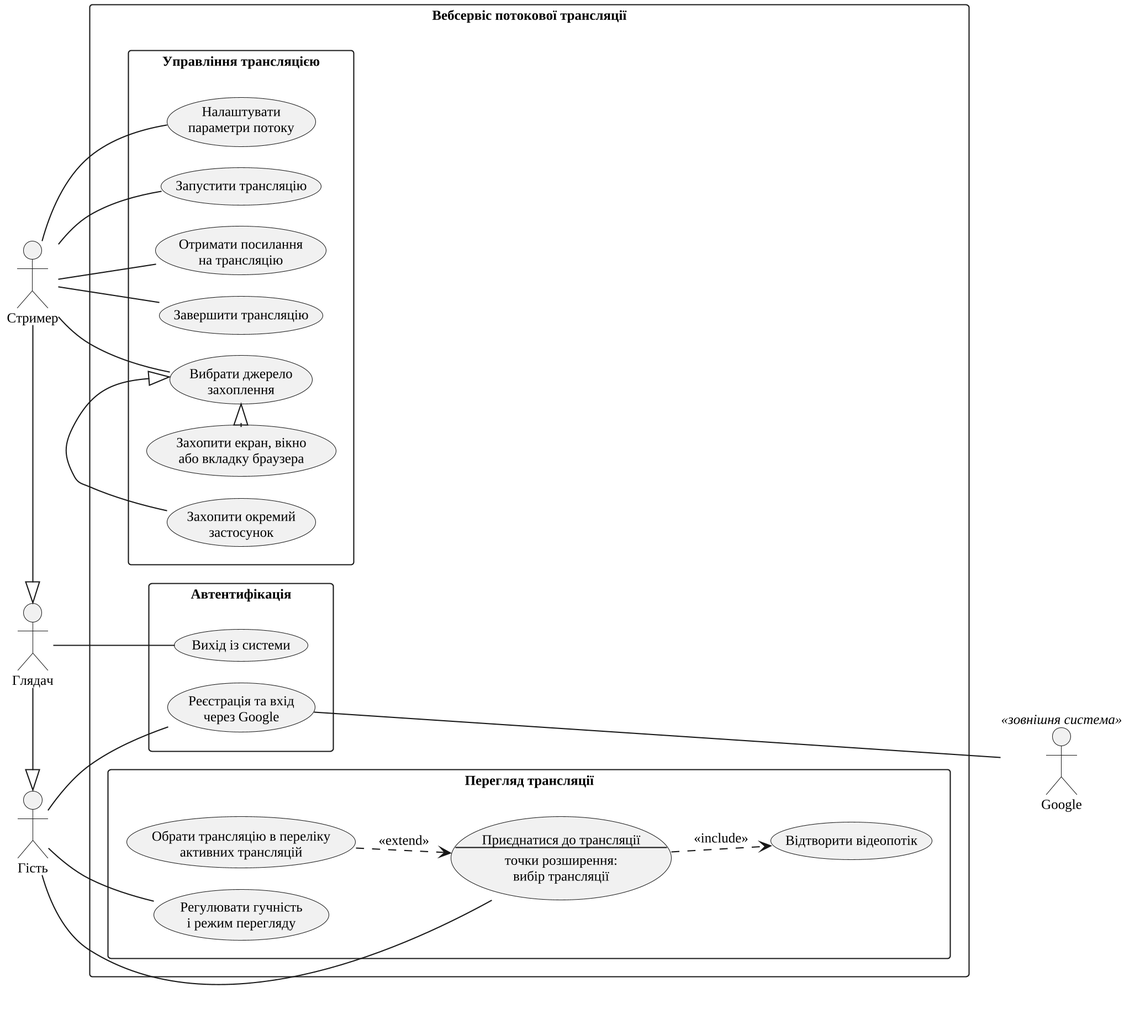
This is thesis/diagrams/fig-use-cases.png from Nikitos1926/stream-share, a PlantUML export, as it was before one commit.
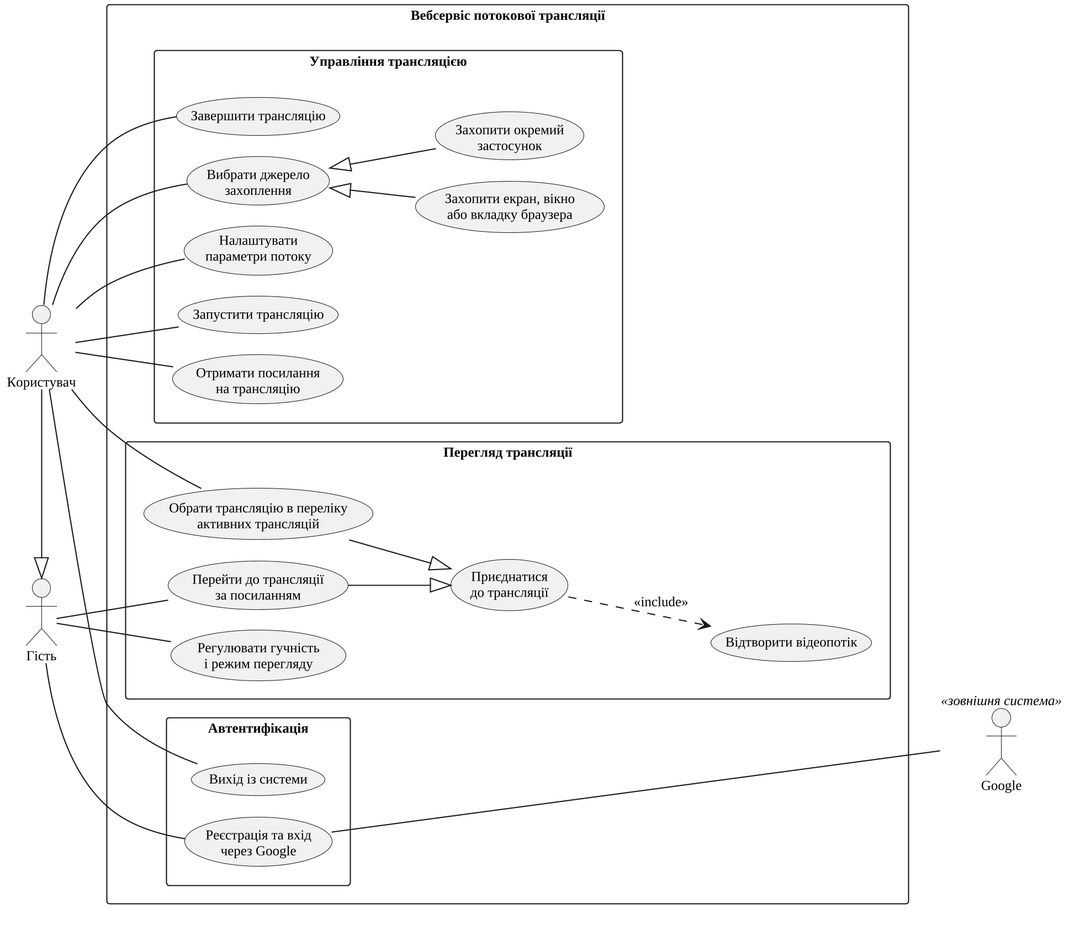
Above is the later version.

Diff of the diagram source:
```diff
@@ -9,29 +9,25 @@
 left to right direction
 
 actor "Гість" as Guest
-actor "Глядач" as Viewer
-actor "Стример" as Streamer
+actor "Користувач" as User
 actor "Google" as Google <<зовнішня система>>
 
-Viewer -|> Guest
-Streamer -|> Viewer
+User -|> Guest
 
 rectangle "Вебсервіс потокової трансляції" {
   package "Управління трансляцією" {
-    usecase "Вибрати джерело\nзахоплення" as UC_Source
     usecase "Захопити окремий\nзастосунок" as UC_App
     usecase "Захопити екран, вікно\nабо вкладку браузера" as UC_Tab
+    usecase "Вибрати джерело\nзахоплення" as UC_Source
     usecase "Налаштувати\nпараметри потоку" as UC_Config
     usecase "Запустити трансляцію" as UC_Start
     usecase "Отримати посилання\nна трансляцію" as UC_GetLink
     usecase "Завершити трансляцію" as UC_Stop
   }
   package "Перегляд трансляції" {
-    usecase UC_Join as "Приєднатися до трансляції
---
-точки розширення:
-вибір трансляції"
+    usecase "Перейти до трансляції\nза посиланням" as UC_ByLink
     usecase "Обрати трансляцію в переліку\nактивних трансляцій" as UC_List
+    usecase "Приєднатися\nдо трансляції" as UC_Join
     usecase "Відтворити відеопотік" as UC_Play
     usecase "Регулювати гучність\nі режим перегляду" as UC_Volume
   }
@@ -41,21 +37,23 @@
   }
 }
 
-Streamer -- UC_Source
-Streamer -- UC_Config
-Streamer -- UC_Start
-Streamer -- UC_GetLink
-Streamer -- UC_Stop
-UC_App -|> UC_Source
-UC_Tab -|> UC_Source
+User -- UC_Config
+User -- UC_Start
+User -- UC_GetLink
+User -- UC_Stop
+User -- UC_Source
+UC_Source <|-- UC_App
+UC_Source <|-- UC_Tab
 
-Guest -- UC_Join
+Guest -- UC_ByLink
+User -- UC_List
+UC_ByLink --|> UC_Join
+UC_List --|> UC_Join
+UC_Join ..> UC_Play : <<include>>
 Guest -- UC_Volume
-UC_List ..> UC_Join : <<extend>>
-UC_Join ..> UC_Play : <<include>>
 
 Guest -- UC_Google
 UC_Google -- Google
 UC_Play -[hidden]- Google
-Viewer -- UC_Logout
+User -- UC_Logout
 @enduml
```
